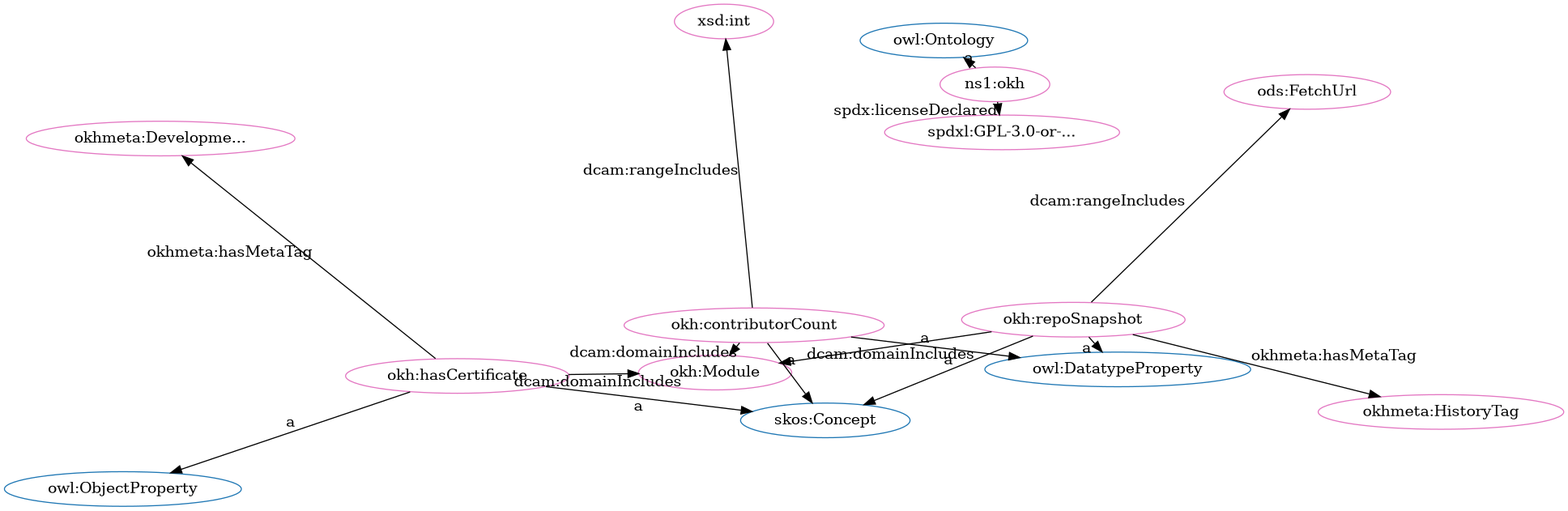
Above: src/spec/fdp_okh_proposed.png in iop-alliance/OpenKnowHow (Graphviz), before the change. Its source is kept beside it as src/spec/fdp_okh_proposed.dot.
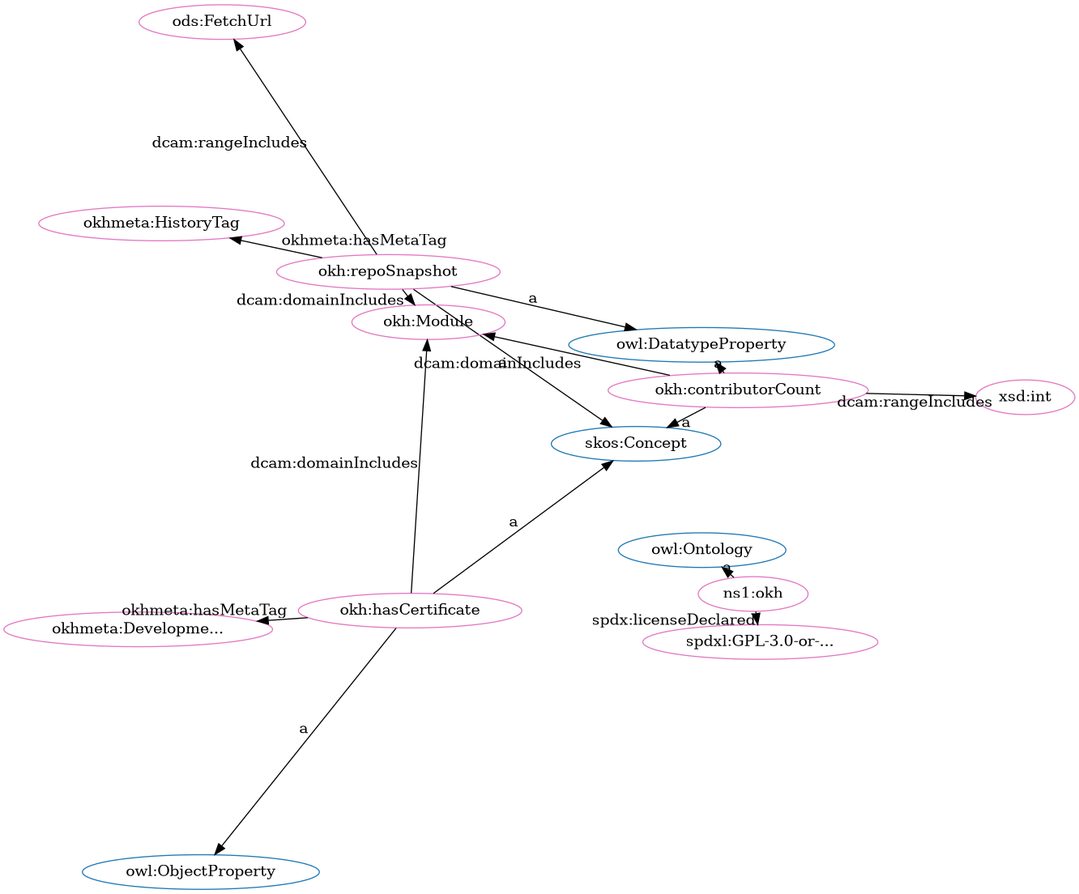
The same file after the commit.

Diff of the diagram source:
```diff
@@ -5,29 +5,29 @@
 "http://www.w3.org/2002/07/owl#Ontology" [fillcolor="#1f77b4" color="#1f77b4" label="owl:Ontology"]
 "http://www.w3.org/2002/07/owl#DatatypeProperty" [fillcolor="#1f77b4" color="#1f77b4" label="owl:DatatypeProperty"]
 "http://www.w3.org/2004/02/skos/core#Concept" [fillcolor="#1f77b4" color="#1f77b4" label="skos:Concept"]
+"http://w3id.org/oseg/ont/okh#repoSnapshot" [fillcolor="#e377c2" color="#e377c2" label="okh:repoSnapshot"]
+"http://w3id.org/oseg/ont/okh#Module" [fillcolor="#e377c2" color="#e377c2" label="okh:Module"]
+"http://w3id.org/oseg/ont/okh" [fillcolor="#e377c2" color="#e377c2" label="ns1:okh"]
+"http://spdx.org/licenses/GPL-3.0-or-later" [fillcolor="#e377c2" color="#e377c2" label="spdxl:GPL-3.0-or-..."]
+"http://w3id.org/oseg/ont/okh#hasCertificate" [fillcolor="#e377c2" color="#e377c2" label="okh:hasCertificate"]
+"http://w3id.org/oseg/ont/okh#contributorCount" [fillcolor="#e377c2" color="#e377c2" label="okh:contributorCount"]
+"http://www.w3.org/2001/XMLSchema#int" [fillcolor="#e377c2" color="#e377c2" label="xsd:int"]
+"http://w3id.org/oseg/ont/okhmeta#HistoryTag" [fillcolor="#e377c2" color="#e377c2" label="okhmeta:HistoryTag"]
 "http://w3id.org/oseg/ont/ods#FetchUrl" [fillcolor="#e377c2" color="#e377c2" label="ods:FetchUrl"]
-"http://w3id.org/oseg/ont/okhmeta#HistoryTag" [fillcolor="#e377c2" color="#e377c2" label="okhmeta:HistoryTag"]
-"http://w3id.org/oseg/ont/okh#Module" [fillcolor="#e377c2" color="#e377c2" label="okh:Module"]
-"http://w3id.org/oseg/ont/okh#hasCertificate" [fillcolor="#e377c2" color="#e377c2" label="okh:hasCertificate"]
-"http://w3id.org/oseg/ont/okh#repoSnapshot" [fillcolor="#e377c2" color="#e377c2" label="okh:repoSnapshot"]
-"http://w3id.org/oseg/ont/okh" [fillcolor="#e377c2" color="#e377c2" label="ns1:okh"]
-"http://www.w3.org/2001/XMLSchema#int" [fillcolor="#e377c2" color="#e377c2" label="xsd:int"]
-"http://w3id.org/oseg/ont/okh#contributorCount" [fillcolor="#e377c2" color="#e377c2" label="okh:contributorCount"]
 "http://w3id.org/oseg/ont/okhmeta#DevelopmentTag" [fillcolor="#e377c2" color="#e377c2" label="okhmeta:Developme..."]
-"http://spdx.org/licenses/GPL-3.0-or-later" [fillcolor="#e377c2" color="#e377c2" label="spdxl:GPL-3.0-or-..."]
   "http://w3id.org/oseg/ont/okh#contributorCount" -> "http://w3id.org/oseg/ont/okh#Module" [label="dcam:domainIncludes"]
-  "http://w3id.org/oseg/ont/okh#hasCertificate" -> "http://w3id.org/oseg/ont/okh#Module" [label="dcam:domainIncludes"]
-  "http://w3id.org/oseg/ont/okh#hasCertificate" -> "http://www.w3.org/2002/07/owl#ObjectProperty" [label="a"]
-  "http://w3id.org/oseg/ont/okh#repoSnapshot" -> "http://www.w3.org/2004/02/skos/core#Concept" [label="a"]
-  "http://w3id.org/oseg/ont/okh#contributorCount" -> "http://www.w3.org/2004/02/skos/core#Concept" [label="a"]
+  "http://w3id.org/oseg/ont/okh" -> "http://www.w3.org/2002/07/owl#Ontology" [label="a"]
+  "http://w3id.org/oseg/ont/okh" -> "http://spdx.org/licenses/GPL-3.0-or-later" [label="spdx:licenseDeclared"]
   "http://w3id.org/oseg/ont/okh#hasCertificate" -> "http://www.w3.org/2004/02/skos/core#Concept" [label="a"]
   "http://w3id.org/oseg/ont/okh#repoSnapshot" -> "http://www.w3.org/2002/07/owl#DatatypeProperty" [label="a"]
+  "http://w3id.org/oseg/ont/okh#hasCertificate" -> "http://w3id.org/oseg/ont/okh#Module" [label="dcam:domainIncludes"]
+  "http://w3id.org/oseg/ont/okh#repoSnapshot" -> "http://www.w3.org/2004/02/skos/core#Concept" [label="a"]
   "http://w3id.org/oseg/ont/okh#contributorCount" -> "http://www.w3.org/2002/07/owl#DatatypeProperty" [label="a"]
+  "http://w3id.org/oseg/ont/okh#contributorCount" -> "http://www.w3.org/2001/XMLSchema#int" [label="dcam:rangeIncludes"]
+  "http://w3id.org/oseg/ont/okh#repoSnapshot" -> "http://w3id.org/oseg/ont/okhmeta#HistoryTag" [label="okhmeta:hasMetaTag"]
+  "http://w3id.org/oseg/ont/okh#contributorCount" -> "http://www.w3.org/2004/02/skos/core#Concept" [label="a"]
   "http://w3id.org/oseg/ont/okh#repoSnapshot" -> "http://w3id.org/oseg/ont/ods#FetchUrl" [label="dcam:rangeIncludes"]
-  "http://w3id.org/oseg/ont/okh#repoSnapshot" -> "http://w3id.org/oseg/ont/okhmeta#HistoryTag" [label="okhmeta:hasMetaTag"]
-  "http://w3id.org/oseg/ont/okh" -> "http://www.w3.org/2002/07/owl#Ontology" [label="a"]
-  "http://w3id.org/oseg/ont/okh#contributorCount" -> "http://www.w3.org/2001/XMLSchema#int" [label="dcam:rangeIncludes"]
   "http://w3id.org/oseg/ont/okh#hasCertificate" -> "http://w3id.org/oseg/ont/okhmeta#DevelopmentTag" [label="okhmeta:hasMetaTag"]
-  "http://w3id.org/oseg/ont/okh" -> "http://spdx.org/licenses/GPL-3.0-or-later" [label="spdx:licenseDeclared"]
   "http://w3id.org/oseg/ont/okh#repoSnapshot" -> "http://w3id.org/oseg/ont/okh#Module" [label="dcam:domainIncludes"]
+  "http://w3id.org/oseg/ont/okh#hasCertificate" -> "http://www.w3.org/2002/07/owl#ObjectProperty" [label="a"]
 }
```
